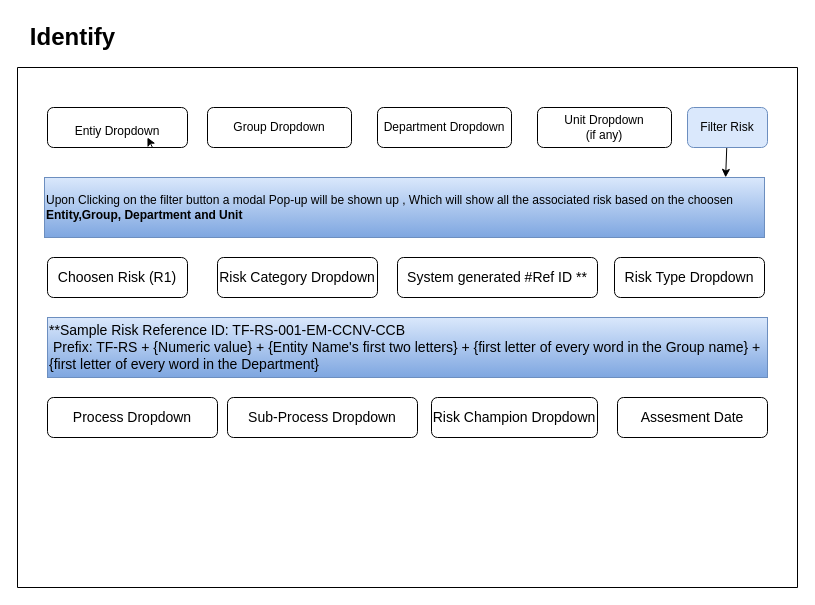
Above: page "Risk Identification Stage" (2 of 3) of screens.drawio in iRM-Somnath/GRC (draw.io), before the change. Source tidied: cells renumbered, new cells numbered last; positions are measured from the earlier drawing's top-left corner, leaving out a move shared by most shapes. Both pictures are drawn from the tidied source at 100%, with x=0, y=0 at pixel (17, 17).
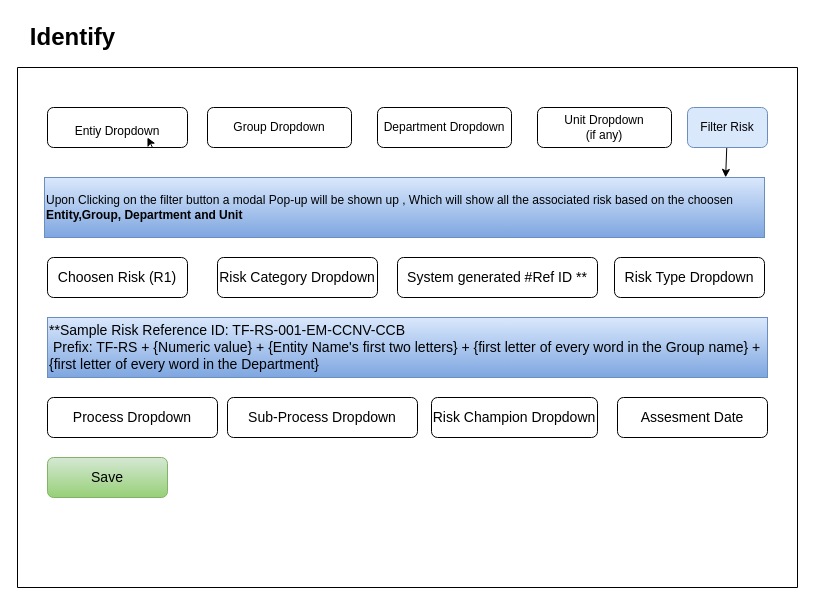
After the change.

The change refers to these unchanged cells:
```xml
<mxCell id="2" style="swimlane;startSize=0;fontSize=24;" parent="1" vertex="1">
  <mxGeometry y="50" width="780" height="520" as="geometry" />
</mxCell>
```

The edit, as a diff of the source:
```diff
@@
+    <mxCell id="21" value="Save" style="rounded=1;whiteSpace=wrap;html=1;labelBorderColor=none;fontSize=14;fillColor=#d5e8d4;gradientColor=#97d077;strokeColor=#82b366;" parent="2" vertex="1">
+      <mxGeometry x="30" y="390" width="120" height="40" as="geometry" />
+    </mxCell>
```
